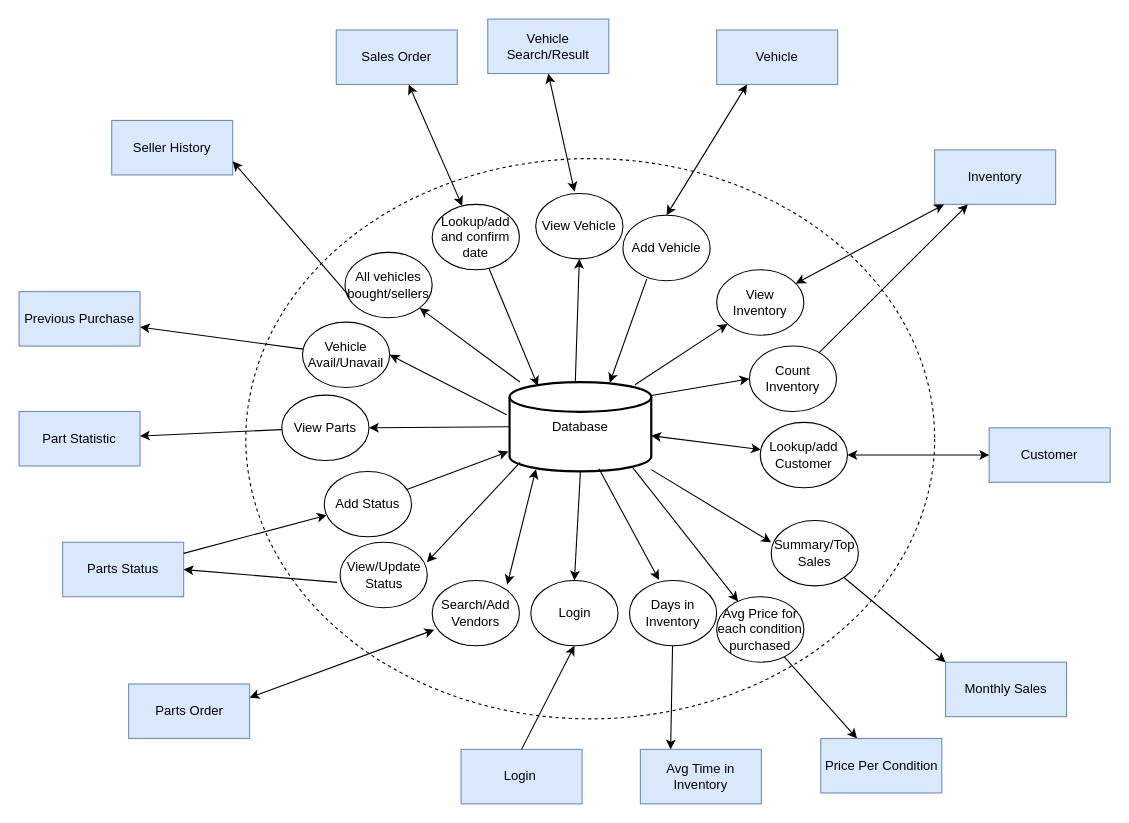
Earlier version of the draw.io diagram phase1IFD_2.drawio (dav1dwd/CS6400). Source tidied: cells renumbered, new cells numbered last; positions are measured from the earlier drawing's top-left corner, leaving out a move shared by most shapes. Both pictures are drawn from the tidied source at 109%, with x=0, y=0 at pixel (19, 19).
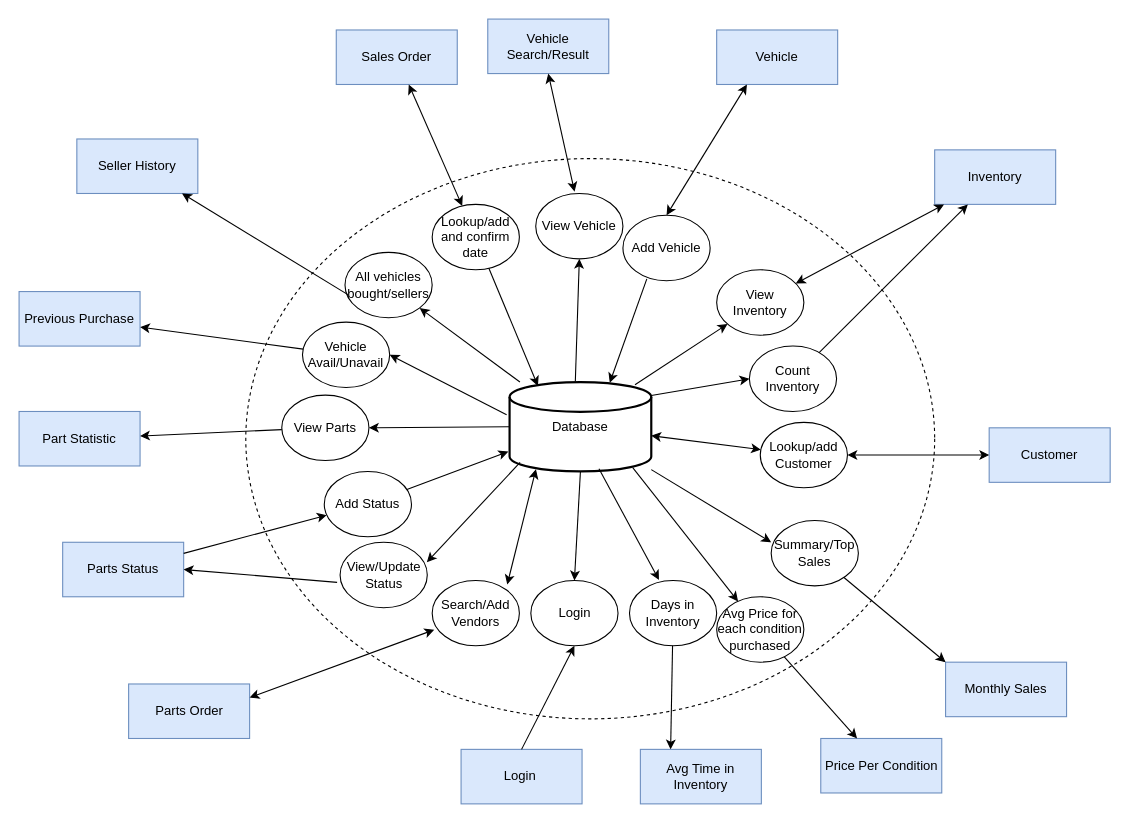
Above is the later version.

The change refers to these unchanged cells:
```xml
<mxCell id="63" value="All vehicles bought/sellers" style="ellipse;whiteSpace=wrap;html=1;" parent="1" vertex="1">
  <mxGeometry x="299" y="214" width="80" height="60" as="geometry" />
</mxCell>
```

The edit, as a diff of the source:
```diff
@@
     <mxCell id="62" value="Seller History" style="rounded=0;whiteSpace=wrap;html=1;fillColor=#dae8fc;strokeColor=#6c8ebf;" parent="1" vertex="1">
-      <mxGeometry x="85" y="93" width="111" height="50" as="geometry" />
+      <mxGeometry x="53" y="110" width="111" height="50" as="geometry" />
     </mxCell>
@@
-    <mxCell id="65" style="endArrow=classic;html=1;rounded=0;entryX=1;entryY=0.75;entryDx=0;entryDy=0;exitX=0.038;exitY=0.65;exitDx=0;exitDy=0;exitPerimeter=0;" parent="1" edge="1" source="63" target="62">
+    <mxCell id="65" style="endArrow=classic;html=1;rounded=0;exitX=0.038;exitY=0.65;exitDx=0;exitDy=0;exitPerimeter=0;" parent="1" edge="1" source="63" target="62">
       <mxGeometry relative="1" as="geometry" />
     </mxCell>
```
